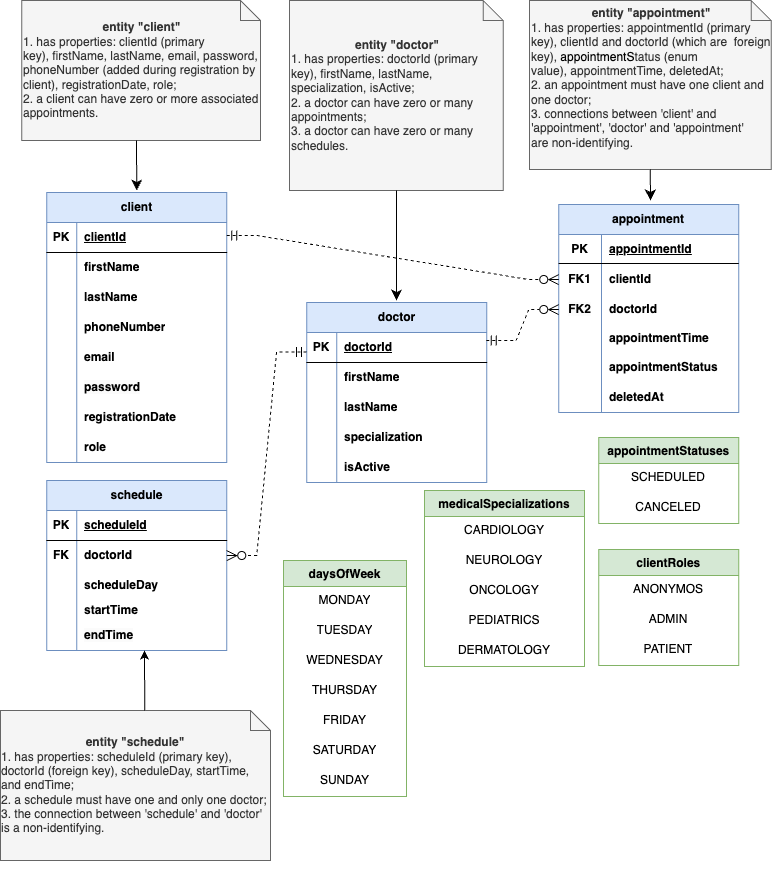
Above: HospitalAppointmentScheduler.drawio.png in MartaKliuchnik/hospital-appointment-scheduler (draw.io), before the change. Source tidied: cells renumbered, new cells last; positions are measured from the earlier drawing's top-left corner, leaving out a move shared by most shapes.
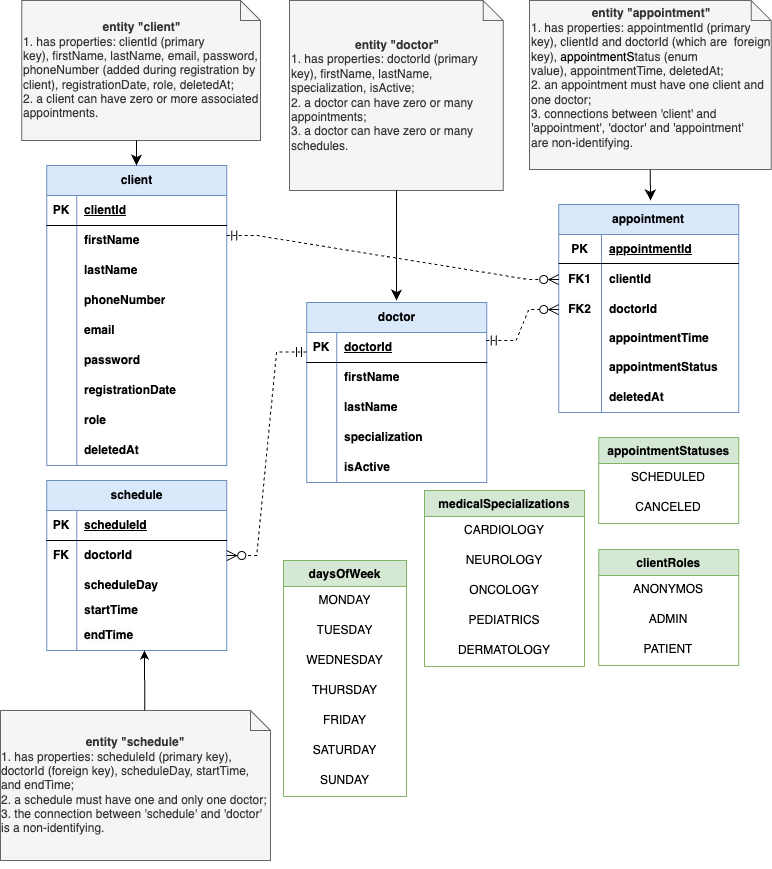
The same diagram one commit later.

Commit message:
feat: add reading clients' information, implement soft and hard client deletion, and update docs

Change to the diagram source:
```diff
@@ -3,7 +3,7 @@
     <mxCell id="0" />
     <mxCell id="1" parent="0" />
     <mxCell id="2" value="client" style="shape=table;startSize=30;rowLines=0;fontStyle=1;align=center;html=1;fillColor=#dae8fc;strokeColor=#6c8ebf;" parent="1" vertex="1">
-      <mxGeometry x="46.2" y="192" width="180" height="270" as="geometry" />
+      <mxGeometry x="46.2" y="165" width="180" height="300" as="geometry" />
     </mxCell>
     <mxCell id="3" style="shape=tableRow;horizontal=0;startSize=0;swimlaneHead=0;swimlaneBody=0;fillColor=none;top=0;left=0;right=0;bottom=1;" parent="2" vertex="1">
       <mxGeometry y="30" width="180" height="30" as="geometry" />
@@ -77,6 +77,15 @@
     <mxCell id="26" value="role" style="shape=partialRectangle;fillColor=none;top=0;left=0;bottom=0;right=0;align=left;spacingLeft=6;overflow=hidden;whiteSpace=wrap;html=1;fontStyle=1;" parent="24" vertex="1">
       <mxGeometry x="30" width="150" height="30" as="geometry" />
     </mxCell>
+    <mxCell id="112" style="shape=tableRow;horizontal=0;startSize=0;swimlaneHead=0;swimlaneBody=0;fillColor=none;top=0;left=0;right=0;bottom=0;" parent="2" vertex="1">
+      <mxGeometry y="270" width="180" height="30" as="geometry" />
+    </mxCell>
+    <mxCell id="113" style="shape=partialRectangle;fillColor=none;top=0;left=0;bottom=0;right=0;overflow=hidden;whiteSpace=wrap;html=1;" parent="112" vertex="1">
+      <mxGeometry width="30" height="30" as="geometry" />
+    </mxCell>
+    <mxCell id="114" value="&lt;b&gt;deletedAt&lt;/b&gt;" style="shape=partialRectangle;fillColor=none;top=0;left=0;bottom=0;right=0;align=left;spacingLeft=6;overflow=hidden;whiteSpace=wrap;html=1;fontStyle=1;" parent="112" vertex="1">
+      <mxGeometry x="30" width="150" height="30" as="geometry" />
+    </mxCell>
     <mxCell id="27" value="&lt;b style=&quot;&quot;&gt;appointment&lt;/b&gt;" style="shape=table;startSize=30;rowLines=0;fontStyle=0;align=center;html=1;whiteSpace=wrap;rounded=0;fillColor=#dae8fc;strokeColor=#6c8ebf;" parent="1" vertex="1">
       <mxGeometry x="558.2" y="204" width="180" height="208" as="geometry" />
     </mxCell>
@@ -196,7 +205,7 @@
         </Array>
       </mxGeometry>
     </mxCell>
-    <mxCell id="64" value="&lt;div style=&quot;text-align: center;&quot;&gt;&lt;b&gt;entity &quot;&lt;/b&gt;&lt;span style=&quot;font-weight: 700; text-wrap: nowrap;&quot;&gt;client&lt;/span&gt;&lt;b&gt;&quot;&lt;/b&gt;&lt;span style=&quot;background-color: initial;&quot;&gt;&lt;br&gt;&lt;/span&gt;&lt;/div&gt;&lt;div style=&quot;&quot;&gt;&lt;span style=&quot;background-color: initial;&quot;&gt;1. has properties:&amp;nbsp;&lt;/span&gt;&lt;span style=&quot;background-color: initial;&quot;&gt;clientId&lt;/span&gt;&lt;span style=&quot;background-color: initial;&quot;&gt;&amp;nbsp;(primary key&lt;/span&gt;&lt;span style=&quot;background-color: initial;&quot;&gt;),&amp;nbsp;&lt;/span&gt;&lt;span style=&quot;background-color: initial;&quot;&gt;firstName&lt;/span&gt;&lt;span style=&quot;background-color: initial;&quot;&gt;, lastName, email, password, phoneNumber (added during registration by client),&amp;nbsp;&lt;/span&gt;&lt;span style=&quot;background-color: initial;&quot;&gt;registrationDate, role;&amp;nbsp;&lt;/span&gt;&lt;/div&gt;&lt;div style=&quot;&quot;&gt;&lt;span style=&quot;background-color: initial;&quot;&gt;2. a client&amp;nbsp;&lt;/span&gt;&lt;span style=&quot;background-color: initial;&quot;&gt;can have zero or more associated appointments.&lt;/span&gt;&lt;/div&gt;" style="shape=note;size=20;whiteSpace=wrap;html=1;align=left;fillColor=#f5f5f5;fontColor=#333333;strokeColor=#666666;" parent="1" vertex="1">
+    <mxCell id="64" value="&lt;div style=&quot;text-align: center;&quot;&gt;&lt;b&gt;entity &quot;&lt;/b&gt;&lt;span style=&quot;font-weight: 700; text-wrap: nowrap;&quot;&gt;client&lt;/span&gt;&lt;b&gt;&quot;&lt;/b&gt;&lt;span style=&quot;background-color: initial;&quot;&gt;&lt;br&gt;&lt;/span&gt;&lt;/div&gt;&lt;div style=&quot;&quot;&gt;&lt;span style=&quot;background-color: initial;&quot;&gt;1. has properties:&amp;nbsp;&lt;/span&gt;&lt;span style=&quot;background-color: initial;&quot;&gt;clientId&lt;/span&gt;&lt;span style=&quot;background-color: initial;&quot;&gt;&amp;nbsp;(primary key&lt;/span&gt;&lt;span style=&quot;background-color: initial;&quot;&gt;),&amp;nbsp;&lt;/span&gt;&lt;span style=&quot;background-color: initial;&quot;&gt;firstName&lt;/span&gt;&lt;span style=&quot;background-color: initial;&quot;&gt;, lastName, email, password, phoneNumber (added during registration by client),&amp;nbsp;&lt;/span&gt;&lt;span style=&quot;background-color: initial;&quot;&gt;registrationDate, role,&amp;nbsp;&lt;/span&gt;&lt;span style=&quot;background-color: initial;&quot;&gt;deletedAt&lt;/span&gt;&lt;span style=&quot;background-color: initial;&quot;&gt;;&amp;nbsp;&lt;/span&gt;&lt;/div&gt;&lt;div style=&quot;&quot;&gt;&lt;span style=&quot;background-color: initial;&quot;&gt;2. a client&amp;nbsp;&lt;/span&gt;&lt;span style=&quot;background-color: initial;&quot;&gt;can have zero or more associated appointments.&lt;/span&gt;&lt;/div&gt;" style="shape=note;size=20;whiteSpace=wrap;html=1;align=left;fillColor=#f5f5f5;fontColor=#333333;strokeColor=#666666;" parent="1" vertex="1">
       <mxGeometry x="21.2" width="238.8" height="140" as="geometry" />
     </mxCell>
     <mxCell id="65" value="&lt;div style=&quot;text-align: center;&quot;&gt;&lt;b&gt;entity &quot;doctor&quot;&lt;/b&gt;&lt;span style=&quot;background-color: initial;&quot;&gt;&lt;br&gt;&lt;/span&gt;&lt;/div&gt;&lt;div style=&quot;&quot;&gt;&lt;span style=&quot;background-color: initial;&quot;&gt;1. has properties: doctorId&amp;nbsp;&lt;/span&gt;&lt;span style=&quot;background-color: initial;&quot;&gt;(primary key&lt;/span&gt;&lt;span style=&quot;background-color: initial;&quot;&gt;),&lt;/span&gt;&lt;span style=&quot;background-color: initial;&quot;&gt;&amp;nbsp;firstName, last&lt;/span&gt;&lt;span style=&quot;background-color: initial;&quot;&gt;Name,&amp;nbsp;&amp;nbsp;&lt;/span&gt;&lt;/div&gt;&lt;div style=&quot;&quot;&gt;&lt;span style=&quot;background-color: initial;&quot;&gt;specialization, isActive&lt;/span&gt;&lt;span style=&quot;background-color: initial;&quot;&gt;;&amp;nbsp;&lt;/span&gt;&lt;/div&gt;&lt;div style=&quot;&quot;&gt;&lt;span style=&quot;background-color: initial;&quot;&gt;2. a doctor can have zero or many appointments;&lt;/span&gt;&lt;/div&gt;&lt;div style=&quot;&quot;&gt;&lt;span style=&quot;background-color: initial;&quot;&gt;3.&amp;nbsp;&lt;/span&gt;&lt;span style=&quot;background-color: initial;&quot;&gt;a&lt;/span&gt;&lt;span style=&quot;background-color: initial;&quot;&gt;&amp;nbsp;doctor can have zero or many schedules.&lt;/span&gt;&lt;/div&gt;" style="shape=note;size=20;whiteSpace=wrap;html=1;align=left;fillColor=#f5f5f5;fontColor=#333333;strokeColor=#666666;" parent="1" vertex="1">
@@ -205,7 +214,7 @@
     <mxCell id="66" style="edgeStyle=segmentEdgeStyle;endArrow=classic;html=1;curved=0;rounded=0;endSize=8;startSize=8;" parent="1" edge="1">
       <mxGeometry relative="1" as="geometry">
         <mxPoint x="136" y="140" as="sourcePoint" />
-        <mxPoint x="136.2" y="190" as="targetPoint" />
+        <mxPoint x="136" y="165" as="targetPoint" />
       </mxGeometry>
     </mxCell>
     <mxCell id="67" value="&lt;div style=&quot;text-align: center;&quot;&gt;&lt;b&gt;entity &quot;appointment&quot;&lt;/b&gt;&lt;span style=&quot;background-color: initial;&quot;&gt;&lt;br&gt;&lt;/span&gt;&lt;/div&gt;&lt;div style=&quot;&quot;&gt;&lt;span style=&quot;background-color: initial;&quot;&gt;1. has properties: appointmentId (primary key),&amp;nbsp;&lt;/span&gt;clientId&lt;span style=&quot;background-color: initial;&quot;&gt;&amp;nbsp;and doctorId (which are&amp;nbsp; &lt;/span&gt;&lt;span style=&quot;background-color: initial;&quot;&gt;foreign key&lt;/span&gt;&lt;span style=&quot;background-color: initial;&quot;&gt;),&amp;nbsp;&lt;/span&gt;&lt;span style=&quot;background-color: initial; color: rgb(0, 0, 0);&quot;&gt;appointmentS&lt;/span&gt;&lt;span style=&quot;background-color: initial;&quot;&gt;tatus&amp;nbsp;(enum value),&amp;nbsp;&lt;/span&gt;&lt;span style=&quot;background-color: initial;&quot;&gt;appointmentTime, deletedAt&lt;/span&gt;&lt;span style=&quot;background-color: initial;&quot;&gt;;&amp;nbsp;&lt;/span&gt;&lt;/div&gt;&lt;div style=&quot;&quot;&gt;&lt;span style=&quot;background-color: initial;&quot;&gt;2. a&lt;/span&gt;n appointment must have one client and one doctor;&lt;/div&gt;&lt;div style=&quot;&quot;&gt;3. connections between 'client' and 'appointment', 'doctor' and&amp;nbsp;&lt;span style=&quot;background-color: initial;&quot;&gt;'appointment' are&lt;/span&gt;&lt;span style=&quot;background-color: initial;&quot;&gt;&amp;nbsp;&lt;/span&gt;&lt;span style=&quot;background-color: initial;&quot;&gt;non-&lt;/span&gt;&lt;span style=&quot;background-color: initial;&quot;&gt;identifying&lt;/span&gt;&lt;span style=&quot;background-color: initial;&quot;&gt;.&lt;/span&gt;&lt;/div&gt;&lt;div style=&quot;&quot;&gt;&lt;span style=&quot;background-color: initial;&quot;&gt;&lt;br&gt;&lt;/span&gt;&lt;/div&gt;" style="shape=note;size=20;whiteSpace=wrap;html=1;align=left;fillColor=#f5f5f5;fontColor=#333333;strokeColor=#666666;" parent="1" vertex="1">
```
